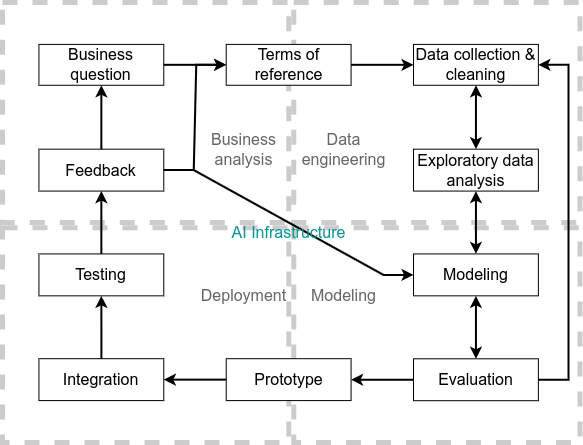
Above: diagrams/ai_project_development_life_cycle.drawio.png in ryndovaira-org/data_science_lectures (draw.io), before the change. Source tidied: cells renumbered, new cells last; positions are measured from the earlier drawing's top-left corner, leaving out a move shared by most shapes.
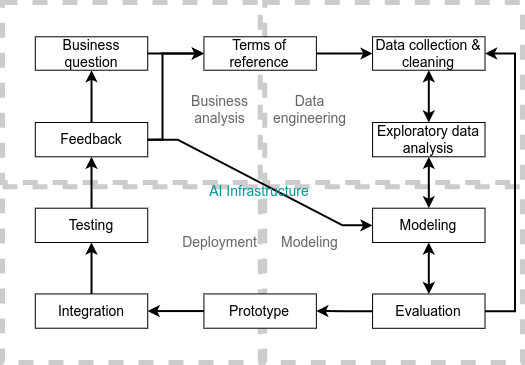
After the commit.

What changed in the source:
```diff
@@ -2,100 +2,108 @@
   <root>
     <mxCell id="0" />
     <mxCell id="1" parent="0" />
+    <mxCell id="34" style="group;fontSize=14;" parent="1" vertex="1">
+      <mxGeometry width="520" height="360" as="geometry" />
+    </mxCell>
-    <mxCell id="2" style="rounded=0;whiteSpace=wrap;html=1;strokeColor=#CCCCCC;fontFamily=Helvetica;fontSize=16;fontColor=default;fillColor=none;dashed=1;strokeWidth=5;" parent="1" vertex="1">
-      <mxGeometry width="286.1" height="220" as="geometry" />
+    <mxCell id="2" style="rounded=0;whiteSpace=wrap;html=1;strokeColor=#CCCCCC;fontFamily=Helvetica;fontSize=14;fontColor=default;fillColor=none;dashed=1;strokeWidth=5;" parent="34" vertex="1">
+      <mxGeometry width="257.7" height="180" as="geometry" />
     </mxCell>
-    <mxCell id="3" style="rounded=0;whiteSpace=wrap;html=1;strokeColor=#CCCCCC;fontFamily=Helvetica;fontSize=16;fontColor=default;fillColor=none;dashed=1;strokeWidth=5;" parent="1" vertex="1">
-      <mxGeometry y="225.2" width="286.1" height="214.8" as="geometry" />
+    <mxCell id="3" style="rounded=0;whiteSpace=wrap;html=1;strokeColor=#CCCCCC;fontFamily=Helvetica;fontSize=14;fontColor=default;fillColor=none;dashed=1;strokeWidth=5;" parent="34" vertex="1">
+      <mxGeometry y="184.3" width="257.7" height="175.7" as="geometry" />
     </mxCell>
-    <mxCell id="4" style="rounded=0;whiteSpace=wrap;html=1;strokeColor=#CCCCCC;fontFamily=Helvetica;fontSize=16;fontColor=default;fillColor=none;dashed=1;strokeWidth=5;" parent="1" vertex="1">
-      <mxGeometry x="291.4" width="286.1" height="220" as="geometry" />
+    <mxCell id="4" style="rounded=0;whiteSpace=wrap;html=1;strokeColor=#CCCCCC;fontFamily=Helvetica;fontSize=14;fontColor=default;fillColor=none;dashed=1;strokeWidth=5;" parent="34" vertex="1">
+      <mxGeometry x="262.3" width="257.7" height="180" as="geometry" />
     </mxCell>
-    <mxCell id="5" style="rounded=0;whiteSpace=wrap;html=1;strokeColor=#CCCCCC;fontFamily=Helvetica;fontSize=16;fontColor=default;fillColor=none;dashed=1;strokeWidth=5;" parent="1" vertex="1">
-      <mxGeometry x="291.4" y="225.2" width="286.1" height="214.8" as="geometry" />
+    <mxCell id="5" style="rounded=0;whiteSpace=wrap;html=1;strokeColor=#CCCCCC;fontFamily=Helvetica;fontSize=14;fontColor=default;fillColor=none;dashed=1;strokeWidth=5;" parent="34" vertex="1">
+      <mxGeometry x="262.3" y="184.3" width="257.7" height="175.7" as="geometry" />
     </mxCell>
-    <mxCell id="6" value="&lt;font style=&quot;font-size: 16px;&quot;&gt;Business question&lt;/font&gt;" style="rounded=0;whiteSpace=wrap;html=1;fontSize=16;" parent="1" vertex="1">
-      <mxGeometry x="36.4" y="41.9" width="124.9" height="40.9" as="geometry" />
+    <mxCell id="6" value="&lt;font style=&quot;font-size: 14px;&quot;&gt;Business question&lt;/font&gt;" style="rounded=0;whiteSpace=wrap;html=1;fontSize=14;" parent="34" vertex="1">
+      <mxGeometry x="32.8" y="34.3" width="112.4" height="33.4" as="geometry" />
     </mxCell>
-    <mxCell id="7" value="&lt;font style=&quot;font-size: 16px;&quot;&gt;Feedback&lt;/font&gt;" style="rounded=0;whiteSpace=wrap;html=1;fontSize=16;" parent="1" vertex="1">
-      <mxGeometry x="36.4" y="146.7" width="124.9" height="41.9" as="geometry" />
+    <mxCell id="7" value="&lt;font style=&quot;font-size: 14px;&quot;&gt;Feedback&lt;/font&gt;" style="rounded=0;whiteSpace=wrap;html=1;fontSize=14;" parent="34" vertex="1">
+      <mxGeometry x="32.8" y="120" width="112.4" height="34.3" as="geometry" />
     </mxCell>
-    <mxCell id="8" style="edgeStyle=orthogonalEdgeStyle;rounded=0;jettySize=auto;html=1;strokeWidth=2;fontSize=16;" parent="1" edge="1" source="7" target="6">
+    <mxCell id="8" style="edgeStyle=orthogonalEdgeStyle;rounded=0;jettySize=auto;html=1;strokeWidth=2;fontSize=14;" parent="34" edge="1" source="7" target="6">
       <mxGeometry relative="1" as="geometry" />
     </mxCell>
-    <mxCell id="9" value="&lt;font style=&quot;font-size: 16px;&quot;&gt;Terms of reference&lt;/font&gt;" style="rounded=0;whiteSpace=wrap;html=1;fontSize=16;" parent="1" vertex="1">
-      <mxGeometry x="223.7" y="41.9" width="124.9" height="40.9" as="geometry" />
+    <mxCell id="9" value="&lt;font style=&quot;font-size: 14px;&quot;&gt;Terms of reference&lt;/font&gt;" style="rounded=0;whiteSpace=wrap;html=1;fontSize=14;" parent="34" vertex="1">
+      <mxGeometry x="201.4" y="34.3" width="112.4" height="33.4" as="geometry" />
     </mxCell>
-    <mxCell id="10" style="edgeStyle=orthogonalEdgeStyle;rounded=0;jettySize=auto;html=1;strokeWidth=2;fontSize=16;" parent="1" edge="1" source="6" target="9">
+    <mxCell id="10" style="edgeStyle=orthogonalEdgeStyle;rounded=0;jettySize=auto;html=1;strokeWidth=2;fontSize=14;" parent="34" edge="1" source="6" target="9">
       <mxGeometry relative="1" as="geometry" />
     </mxCell>
-    <mxCell id="11" style="rounded=0;jettySize=auto;html=1;fontFamily=Helvetica;fontSize=16;fontColor=default;edgeStyle=entityRelationEdgeStyle;strokeWidth=2;" parent="1" edge="1" source="7" target="9">
-      <mxGeometry relative="1" as="geometry" />
+    <mxCell id="11" style="rounded=0;jettySize=auto;html=1;fontFamily=Helvetica;fontSize=14;fontColor=default;strokeWidth=2;edgeStyle=orthogonalEdgeStyle;entryX=0;entryY=0.5;entryDx=0;entryDy=0;exitX=1;exitY=0.5;exitDx=0;exitDy=0;" parent="34" edge="1" source="7" target="9">
+      <mxGeometry relative="1" as="geometry">
+        <Array as="points">
+          <mxPoint x="160" y="137" />
+          <mxPoint x="160" y="51" />
+        </Array>
+      </mxGeometry>
     </mxCell>
-    <mxCell id="12" value="&lt;font style=&quot;font-size: 16px;&quot;&gt;Data collection &amp;amp; cleaning&lt;/font&gt;" style="rounded=0;whiteSpace=wrap;html=1;fontSize=16;" parent="1" vertex="1">
-      <mxGeometry x="411" y="41.9" width="124.9" height="40.9" as="geometry" />
+    <mxCell id="12" value="&lt;font style=&quot;font-size: 14px;&quot;&gt;Data collection &amp;amp; cleaning&lt;/font&gt;" style="rounded=0;whiteSpace=wrap;html=1;fontSize=14;" parent="34" vertex="1">
+      <mxGeometry x="370.1" y="34.3" width="112.4" height="33.4" as="geometry" />
     </mxCell>
-    <mxCell id="13" style="edgeStyle=orthogonalEdgeStyle;rounded=0;jettySize=auto;html=1;strokeWidth=2;fontSize=16;" parent="1" edge="1" source="9" target="12">
+    <mxCell id="13" style="edgeStyle=orthogonalEdgeStyle;rounded=0;jettySize=auto;html=1;strokeWidth=2;fontSize=14;" parent="34" edge="1" source="9" target="12">
       <mxGeometry relative="1" as="geometry" />
     </mxCell>
-    <mxCell id="14" value="&lt;font style=&quot;font-size: 16px;&quot;&gt;Exploratory data analysis&lt;/font&gt;" style="rounded=0;whiteSpace=wrap;html=1;fontSize=16;" parent="1" vertex="1">
-      <mxGeometry x="411" y="146.7" width="124.9" height="41.9" as="geometry" />
+    <mxCell id="14" value="&lt;font style=&quot;font-size: 14px;&quot;&gt;Exploratory data analysis&lt;/font&gt;" style="rounded=0;whiteSpace=wrap;html=1;fontSize=14;" parent="34" vertex="1">
+      <mxGeometry x="370.1" y="120" width="112.4" height="34.3" as="geometry" />
     </mxCell>
-    <mxCell id="15" style="endArrow=classic;startArrow=classic;rounded=0;jettySize=auto;html=1;fontFamily=Helvetica;fontSize=16;fontColor=default;strokeWidth=2;" parent="1" edge="1" source="14" target="12">
+    <mxCell id="15" style="endArrow=classic;startArrow=classic;rounded=0;jettySize=auto;html=1;fontFamily=Helvetica;fontSize=14;fontColor=default;strokeWidth=2;" parent="34" edge="1" source="14" target="12">
       <mxGeometry relative="1" as="geometry" />
     </mxCell>
-    <mxCell id="16" value="&lt;font style=&quot;font-size: 16px;&quot;&gt;Evaluation&lt;/font&gt;" style="rounded=0;whiteSpace=wrap;html=1;fontSize=16;" parent="1" vertex="1">
-      <mxGeometry x="411" y="356.3" width="124.9" height="41.9" as="geometry" />
+    <mxCell id="16" value="&lt;font style=&quot;font-size: 14px;&quot;&gt;Evaluation&lt;/font&gt;" style="rounded=0;whiteSpace=wrap;html=1;fontSize=14;" parent="34" vertex="1">
+      <mxGeometry x="370.1" y="291.5" width="112.4" height="34.3" as="geometry" />
     </mxCell>
-    <mxCell id="17" style="edgeStyle=entityRelationEdgeStyle;rounded=0;jettySize=auto;html=1;fontFamily=Helvetica;fontSize=16;fontColor=default;strokeWidth=2;" parent="1" edge="1" source="16" target="12">
+    <mxCell id="17" style="edgeStyle=entityRelationEdgeStyle;rounded=0;jettySize=auto;html=1;fontFamily=Helvetica;fontSize=14;fontColor=default;strokeWidth=2;" parent="34" edge="1" source="16" target="12">
       <mxGeometry relative="1" as="geometry" />
     </mxCell>
-    <mxCell id="18" value="&lt;font style=&quot;font-size: 16px;&quot;&gt;Modeling&lt;/font&gt;" style="rounded=0;whiteSpace=wrap;html=1;fontSize=16;" parent="1" vertex="1">
-      <mxGeometry x="411" y="251.4" width="124.9" height="41.9" as="geometry" />
+    <mxCell id="18" value="&lt;font style=&quot;font-size: 14px;&quot;&gt;Modeling&lt;/font&gt;" style="rounded=0;whiteSpace=wrap;html=1;fontSize=14;" parent="34" vertex="1">
+      <mxGeometry x="370.1" y="205.7" width="112.4" height="34.3" as="geometry" />
     </mxCell>
-    <mxCell id="19" style="endArrow=classic;startArrow=classic;rounded=0;jettySize=auto;html=1;strokeWidth=2;fontSize=16;" parent="1" edge="1" source="14" target="18">
+    <mxCell id="19" style="endArrow=classic;startArrow=classic;rounded=0;jettySize=auto;html=1;strokeWidth=2;fontSize=14;" parent="34" edge="1" source="14" target="18">
       <mxGeometry relative="1" as="geometry" />
     </mxCell>
-    <mxCell id="20" style="endArrow=classic;startArrow=classic;rounded=0;jettySize=auto;html=1;strokeWidth=2;fontSize=16;" parent="1" edge="1" source="18" target="16">
+    <mxCell id="20" style="endArrow=classic;startArrow=classic;rounded=0;jettySize=auto;html=1;strokeWidth=2;fontSize=14;" parent="34" edge="1" source="18" target="16">
       <mxGeometry relative="1" as="geometry" />
     </mxCell>
-    <mxCell id="21" value="&lt;font color=&quot;#666666&quot; style=&quot;font-size: 16px;&quot;&gt;Deployment&lt;/font&gt;" style="text;html=1;strokeColor=none;fillColor=none;align=center;verticalAlign=middle;whiteSpace=wrap;rounded=0;fontSize=16;fontFamily=Helvetica;fontColor=default;" parent="1" vertex="1">
-      <mxGeometry x="200" y="272.4" width="83.2" height="41.9" as="geometry" />
+    <mxCell id="21" value="&lt;font color=&quot;#666666&quot; style=&quot;font-size: 14px;&quot;&gt;Deployment&lt;/font&gt;" style="text;html=1;strokeColor=none;fillColor=none;align=center;verticalAlign=middle;whiteSpace=wrap;rounded=0;fontSize=14;fontFamily=Helvetica;fontColor=default;" parent="34" vertex="1">
+      <mxGeometry x="180.1" y="222.9" width="75" height="34.3" as="geometry" />
     </mxCell>
-    <mxCell id="22" value="&lt;font style=&quot;font-size: 16px;&quot;&gt;Testing&lt;/font&gt;" style="rounded=0;whiteSpace=wrap;html=1;fontSize=16;" parent="1" vertex="1">
-      <mxGeometry x="36.4" y="251.4" width="124.9" height="41.9" as="geometry" />
+    <mxCell id="22" value="&lt;font style=&quot;font-size: 14px;&quot;&gt;Testing&lt;/font&gt;" style="rounded=0;whiteSpace=wrap;html=1;fontSize=14;" parent="34" vertex="1">
+      <mxGeometry x="32.8" y="205.7" width="112.4" height="34.3" as="geometry" />
     </mxCell>
-    <mxCell id="23" value="&lt;font style=&quot;font-size: 16px;&quot;&gt;Integration&lt;/font&gt;" style="rounded=0;whiteSpace=wrap;html=1;fontSize=16;" parent="1" vertex="1">
-      <mxGeometry x="36.4" y="356.2" width="124.9" height="41.9" as="geometry" />
+    <mxCell id="23" value="&lt;font style=&quot;font-size: 14px;&quot;&gt;Integration&lt;/font&gt;" style="rounded=0;whiteSpace=wrap;html=1;fontSize=14;" parent="34" vertex="1">
+      <mxGeometry x="32.8" y="291.4" width="112.4" height="34.3" as="geometry" />
     </mxCell>
-    <mxCell id="24" style="edgeStyle=orthogonalEdgeStyle;rounded=0;jettySize=auto;html=1;entryX=0.5;entryY=1;entryDx=0;entryDy=0;strokeWidth=2;fontSize=16;" parent="1" edge="1" source="23" target="22">
+    <mxCell id="24" style="edgeStyle=orthogonalEdgeStyle;rounded=0;jettySize=auto;html=1;entryX=0.5;entryY=1;entryDx=0;entryDy=0;strokeWidth=2;fontSize=14;" parent="34" edge="1" source="23" target="22">
       <mxGeometry relative="1" as="geometry" />
     </mxCell>
-    <mxCell id="25" value="&lt;font style=&quot;font-size: 16px;&quot;&gt;Prototype&lt;/font&gt;" style="rounded=0;whiteSpace=wrap;html=1;fontSize=16;" parent="1" vertex="1">
-      <mxGeometry x="223.7" y="356.2" width="124.9" height="41.9" as="geometry" />
+    <mxCell id="25" value="&lt;font style=&quot;font-size: 14px;&quot;&gt;Prototype&lt;/font&gt;" style="rounded=0;whiteSpace=wrap;html=1;fontSize=14;" parent="34" vertex="1">
+      <mxGeometry x="201.4" y="291.4" width="112.4" height="34.3" as="geometry" />
     </mxCell>
-    <mxCell id="26" style="edgeStyle=orthogonalEdgeStyle;rounded=0;jettySize=auto;html=1;strokeWidth=2;fontSize=16;" parent="1" edge="1" source="25" target="23">
+    <mxCell id="26" style="edgeStyle=orthogonalEdgeStyle;rounded=0;jettySize=auto;html=1;strokeWidth=2;fontSize=14;" parent="34" edge="1" source="25" target="23">
       <mxGeometry relative="1" as="geometry" />
     </mxCell>
-    <mxCell id="27" value="&lt;font style=&quot;font-size: 16px;&quot; color=&quot;#666666&quot;&gt;Business analysis&lt;/font&gt;" style="text;html=1;strokeColor=none;fillColor=none;align=center;verticalAlign=middle;whiteSpace=wrap;rounded=0;fontSize=16;fontFamily=Helvetica;fontColor=default;" parent="1" vertex="1">
-      <mxGeometry x="200" y="125.7" width="83.2" height="41.9" as="geometry" />
+    <mxCell id="27" value="&lt;font style=&quot;font-size: 14px;&quot; color=&quot;#666666&quot;&gt;Business analysis&lt;/font&gt;" style="text;html=1;strokeColor=none;fillColor=none;align=center;verticalAlign=middle;whiteSpace=wrap;rounded=0;fontSize=14;fontFamily=Helvetica;fontColor=default;" parent="34" vertex="1">
+      <mxGeometry x="180.1" y="90" width="75" height="34.3" as="geometry" />
     </mxCell>
-    <mxCell id="28" value="&lt;font style=&quot;font-size: 16px;&quot; color=&quot;#666666&quot;&gt;Data engineering&lt;/font&gt;" style="text;html=1;strokeColor=none;fillColor=none;align=center;verticalAlign=middle;whiteSpace=wrap;rounded=0;fontSize=16;fontFamily=Helvetica;fontColor=default;" parent="1" vertex="1">
-      <mxGeometry x="300" y="125.7" width="83.2" height="41.9" as="geometry" />
+    <mxCell id="28" value="&lt;font style=&quot;font-size: 14px;&quot; color=&quot;#666666&quot;&gt;Data engineering&lt;/font&gt;" style="text;html=1;strokeColor=none;fillColor=none;align=center;verticalAlign=middle;whiteSpace=wrap;rounded=0;fontSize=14;fontFamily=Helvetica;fontColor=default;" parent="34" vertex="1">
+      <mxGeometry x="270.1" y="90" width="75" height="34.3" as="geometry" />
     </mxCell>
-    <mxCell id="29" value="&lt;font style=&quot;font-size: 16px;&quot; color=&quot;#666666&quot;&gt;Modeling&lt;/font&gt;" style="text;html=1;strokeColor=none;fillColor=none;align=center;verticalAlign=middle;whiteSpace=wrap;rounded=0;fontSize=16;fontFamily=Helvetica;fontColor=default;" parent="1" vertex="1">
-      <mxGeometry x="300" y="272.4" width="83.2" height="41.9" as="geometry" />
+    <mxCell id="29" value="&lt;font style=&quot;font-size: 14px;&quot; color=&quot;#666666&quot;&gt;Modeling&lt;/font&gt;" style="text;html=1;strokeColor=none;fillColor=none;align=center;verticalAlign=middle;whiteSpace=wrap;rounded=0;fontSize=14;fontFamily=Helvetica;fontColor=default;" parent="34" vertex="1">
+      <mxGeometry x="270.1" y="222.9" width="75" height="34.3" as="geometry" />
     </mxCell>
-    <mxCell id="30" style="edgeStyle=orthogonalEdgeStyle;rounded=0;jettySize=auto;html=1;strokeWidth=2;fontSize=16;" parent="1" edge="1" source="22" target="7">
+    <mxCell id="30" style="edgeStyle=orthogonalEdgeStyle;rounded=0;jettySize=auto;html=1;strokeWidth=2;fontSize=14;" parent="34" edge="1" source="22" target="7">
       <mxGeometry relative="1" as="geometry" />
     </mxCell>
-    <mxCell id="31" style="rounded=0;jettySize=auto;html=1;fontFamily=Helvetica;fontSize=16;fontColor=default;exitX=1;exitY=0.5;exitDx=0;exitDy=0;edgeStyle=entityRelationEdgeStyle;elbow=vertical;strokeWidth=2;" parent="1" edge="1" source="7" target="18">
+    <mxCell id="31" style="rounded=0;jettySize=auto;html=1;fontFamily=Helvetica;fontSize=14;fontColor=default;exitX=1;exitY=0.5;exitDx=0;exitDy=0;edgeStyle=entityRelationEdgeStyle;elbow=vertical;strokeWidth=2;" parent="34" edge="1" source="7" target="18">
       <mxGeometry relative="1" as="geometry" />
     </mxCell>
-    <mxCell id="32" value="&lt;font color=&quot;#009999&quot; style=&quot;font-size: 16px;&quot;&gt;AI Infrastructure&lt;/font&gt;" style="text;html=1;strokeColor=none;fillColor=none;align=center;verticalAlign=middle;whiteSpace=wrap;rounded=0;fontSize=16;fontFamily=Helvetica;fontColor=default;" parent="1" vertex="1">
-      <mxGeometry x="223.7" y="188.6" width="124.9" height="83.8" as="geometry" />
+    <mxCell id="32" value="&lt;font color=&quot;#009999&quot; style=&quot;font-size: 14px;&quot;&gt;AI Infrastructure&lt;/font&gt;" style="text;html=1;strokeColor=none;fillColor=none;align=center;verticalAlign=middle;whiteSpace=wrap;rounded=0;fontSize=14;fontFamily=Helvetica;fontColor=default;" parent="34" vertex="1">
+      <mxGeometry x="201.4" y="154.3" width="112.4" height="68.6" as="geometry" />
     </mxCell>
-    <mxCell id="33" style="edgeStyle=orthogonalEdgeStyle;rounded=0;jettySize=auto;html=1;strokeWidth=2;fontSize=16;" parent="1" edge="1" source="16" target="25">
+    <mxCell id="33" style="edgeStyle=orthogonalEdgeStyle;rounded=0;jettySize=auto;html=1;strokeWidth=2;fontSize=14;" parent="34" edge="1" source="16" target="25">
       <mxGeometry relative="1" as="geometry" />
     </mxCell>
   </root>
```
